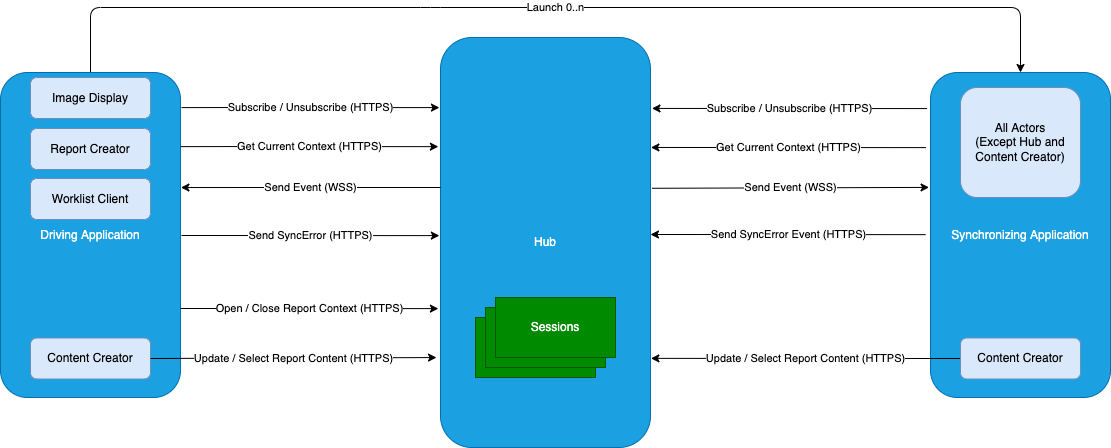
IHE/RAD.IRA keeps this draw.io diagram as input/images/interaction_model.png. Above is the earlier version. Source tidied: cells renumbered, new cells last; positions are measured from the earlier drawing's top-left corner, leaving out a move shared by most shapes.
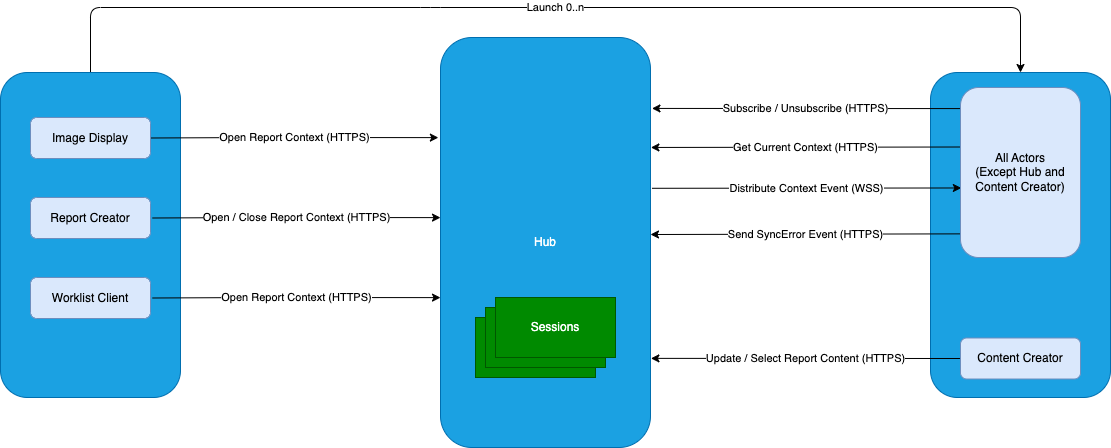
The same diagram one commit later.

Commit message:
Simplify the interaction model.

What changed in the source:
```diff
@@ -2,13 +2,15 @@
   <root>
     <mxCell id="0" />
     <mxCell id="1" parent="0" />
+    <mxCell id="11" style="whiteSpace=wrap;html=1;rounded=1;fillColor=#1ba1e2;fontColor=#ffffff;strokeColor=#006EAF;" parent="1" vertex="1">
+      <mxGeometry x="930" y="65" width="180" height="325" as="geometry" />
+    </mxCell>
-    <mxCell id="2" value="Send Event (WSS)" style="edgeStyle=none;html=1;exitX=1.007;exitY=0.319;exitDx=0;exitDy=0;entryX=-0.008;entryY=0.292;entryDx=0;entryDy=0;startArrow=none;startFill=0;endArrow=classic;endFill=1;exitPerimeter=0;entryPerimeter=0;" parent="1" edge="1">
+    <mxCell id="2" value="Distribute Context Event (WSS)" style="edgeStyle=none;html=1;exitX=1.007;exitY=0.319;exitDx=0;exitDy=0;entryX=0.007;entryY=0.591;entryDx=0;entryDy=0;startArrow=none;startFill=0;endArrow=classic;endFill=1;exitPerimeter=0;entryPerimeter=0;" parent="1" edge="1" target="26">
       <mxGeometry relative="1" as="geometry">
         <mxPoint x="651.5" y="180.8" as="sourcePoint" />
-        <mxPoint x="928.6" y="179.9" as="targetPoint" />
       </mxGeometry>
     </mxCell>
-    <mxCell id="3" value="Subscribe / Unsubscribe (HTTPS)" style="edgeStyle=none;html=1;entryX=-0.019;entryY=0.111;entryDx=0;entryDy=0;startArrow=classic;startFill=1;endArrow=none;endFill=0;entryPerimeter=0;exitX=1.007;exitY=0.173;exitDx=0;exitDy=0;exitPerimeter=0;" parent="1" edge="1" source="4" target="11">
+    <mxCell id="3" value="Subscribe / Unsubscribe (HTTPS)" style="edgeStyle=none;html=1;entryX=0;entryY=0.124;entryDx=0;entryDy=0;startArrow=classic;startFill=1;endArrow=none;endFill=0;entryPerimeter=0;exitX=1.007;exitY=0.173;exitDx=0;exitDy=0;exitPerimeter=0;" parent="1" edge="1" source="4" target="26">
       <mxGeometry relative="1" as="geometry" />
     </mxCell>
     <mxCell id="4" value="Hub" style="rounded=1;whiteSpace=wrap;html=1;fillColor=#1ba1e2;fontColor=#ffffff;strokeColor=#006EAF;" parent="1" vertex="1">
@@ -23,13 +25,6 @@
         </Array>
       </mxGeometry>
     </mxCell>
-    <mxCell id="6" value="Subscribe / Unsubscribe (HTTPS)" style="edgeStyle=none;html=1;exitX=1.006;exitY=0.108;exitDx=0;exitDy=0;entryX=-0.005;entryY=0.171;entryDx=0;entryDy=0;startArrow=none;startFill=0;endArrow=classic;endFill=1;exitPerimeter=0;entryPerimeter=0;" parent="1" edge="1" source="12" target="4">
-      <mxGeometry relative="1" as="geometry">
-        <Array as="points">
-          <mxPoint x="260" y="100" />
-        </Array>
-      </mxGeometry>
-    </mxCell>
     <mxCell id="7" style="group;" parent="1" vertex="1">
       <mxGeometry x="475" y="290" width="140" height="80" as="geometry" />
     </mxCell>
@@ -42,10 +37,7 @@
     <mxCell id="10" value="Sessions" style="whiteSpace=wrap;html=1;rounded=0;fillColor=#008a00;fontColor=#ffffff;strokeColor=#005700;" parent="7" vertex="1">
       <mxGeometry x="20" width="120" height="60" as="geometry" />
     </mxCell>
-    <mxCell id="11" value="Synchronizing Application" style="whiteSpace=wrap;html=1;rounded=1;fillColor=#1ba1e2;fontColor=#ffffff;strokeColor=#006EAF;" parent="1" vertex="1">
-      <mxGeometry x="930" y="65" width="180" height="325" as="geometry" />
-    </mxCell>
-    <mxCell id="12" value="Driving Application" style="whiteSpace=wrap;html=1;rounded=1;fillColor=#1ba1e2;fontColor=#ffffff;strokeColor=#006EAF;" parent="1" vertex="1">
+    <mxCell id="12" style="whiteSpace=wrap;html=1;rounded=1;fillColor=#1ba1e2;fontColor=#ffffff;strokeColor=#006EAF;" parent="1" vertex="1">
       <mxGeometry y="65" width="180" height="325" as="geometry" />
     </mxCell>
     <mxCell id="13" value="Update / Select Report Content (HTTPS)" style="edgeStyle=none;html=1;exitX=0;exitY=0.5;exitDx=0;exitDy=0;startArrow=none;startFill=0;endArrow=classic;endFill=1;entryX=1.002;entryY=0.707;entryDx=0;entryDy=0;entryPerimeter=0;" parent="1" edge="1" source="14">
@@ -56,67 +48,53 @@
     <mxCell id="14" value="Content Creator" style="whiteSpace=wrap;html=1;rounded=1;fillColor=#dae8fc;strokeColor=#6c8ebf;" parent="1" vertex="1">
       <mxGeometry x="960" y="330.5" width="120" height="41" as="geometry" />
     </mxCell>
-    <mxCell id="15" value="Content Creator" style="whiteSpace=wrap;html=1;rounded=1;fillColor=#dae8fc;strokeColor=#6c8ebf;" parent="1" vertex="1">
-      <mxGeometry x="30" y="330.5" width="120" height="41" as="geometry" />
-    </mxCell>
-    <mxCell id="16" value="Update / Select Report Content (HTTPS)" style="edgeStyle=none;html=1;startArrow=none;startFill=0;endArrow=classic;endFill=1;entryX=-0.019;entryY=0.705;entryDx=0;entryDy=0;entryPerimeter=0;exitX=1;exitY=0.5;exitDx=0;exitDy=0;" parent="1" edge="1" source="15">
-      <mxGeometry relative="1" as="geometry">
-        <mxPoint x="436" y="350" as="targetPoint" />
-      </mxGeometry>
-    </mxCell>
-    <mxCell id="17" value="Send Event (WSS)" style="edgeStyle=none;html=1;exitX=1;exitY=0.5;exitDx=0;exitDy=0;startArrow=classic;startFill=1;endArrow=none;endFill=0;entryX=-0.002;entryY=0.317;entryDx=0;entryDy=0;entryPerimeter=0;" parent="1" edge="1">
-      <mxGeometry relative="1" as="geometry">
-        <mxPoint x="180.4" y="180" as="sourcePoint" />
-        <mxPoint x="440" y="180" as="targetPoint" />
-      </mxGeometry>
-    </mxCell>
-    <mxCell id="18" value="Open / Close Report Context (HTTPS)" style="edgeStyle=none;html=1;entryX=-0.005;entryY=0.171;entryDx=0;entryDy=0;startArrow=none;startFill=0;endArrow=classic;endFill=1;entryPerimeter=0;" parent="1" edge="1">
+    <mxCell id="18" value="Open Report Context (HTTPS)" style="edgeStyle=none;html=1;entryX=-0.005;entryY=0.171;entryDx=0;entryDy=0;startArrow=none;startFill=0;endArrow=classic;endFill=1;entryPerimeter=0;exitX=1;exitY=0.5;exitDx=0;exitDy=0;" parent="1" edge="1" source="23">
       <mxGeometry relative="1" as="geometry">
-        <mxPoint x="180" y="301" as="sourcePoint" />
-        <mxPoint x="437.9" y="301.1" as="targetPoint" />
+        <mxPoint x="437.9" y="130.1" as="targetPoint" />
         <Array as="points">
-          <mxPoint x="258.9" y="301" />
+          <mxPoint x="258.9" y="130" />
         </Array>
       </mxGeometry>
     </mxCell>
-    <mxCell id="19" value="Get Current Context (HTTPS)" style="edgeStyle=none;html=1;entryX=-0.019;entryY=0.111;entryDx=0;entryDy=0;startArrow=classic;startFill=1;endArrow=none;endFill=0;entryPerimeter=0;exitX=1.007;exitY=0.173;exitDx=0;exitDy=0;exitPerimeter=0;" parent="1" edge="1">
+    <mxCell id="19" value="Get Current Context (HTTPS)" style="edgeStyle=none;html=1;entryX=0.007;entryY=0.35;entryDx=0;entryDy=0;startArrow=classic;startFill=1;endArrow=none;endFill=0;entryPerimeter=0;exitX=1.007;exitY=0.173;exitDx=0;exitDy=0;exitPerimeter=0;" parent="1" edge="1" target="26">
       <mxGeometry relative="1" as="geometry">
         <mxPoint x="650.4" y="140" as="sourcePoint" />
-        <mxPoint x="925.5" y="140.1" as="targetPoint" />
       </mxGeometry>
     </mxCell>
-    <mxCell id="20" value="Get Current Context (HTTPS)" style="edgeStyle=none;html=1;exitX=1.006;exitY=0.108;exitDx=0;exitDy=0;entryX=-0.005;entryY=0.171;entryDx=0;entryDy=0;startArrow=none;startFill=0;endArrow=classic;endFill=1;exitPerimeter=0;entryPerimeter=0;" parent="1" edge="1">
-      <mxGeometry relative="1" as="geometry">
-        <mxPoint x="180" y="139.1" as="sourcePoint" />
-        <mxPoint x="437.9" y="139.1" as="targetPoint" />
-        <Array as="points">
-          <mxPoint x="258.9" y="139" />
-        </Array>
-      </mxGeometry>
-    </mxCell>
-    <mxCell id="21" value="Send SyncError (HTTPS)" style="edgeStyle=none;html=1;entryX=-0.005;entryY=0.171;entryDx=0;entryDy=0;startArrow=none;startFill=0;endArrow=classic;endFill=1;entryPerimeter=0;" parent="1" edge="1">
-      <mxGeometry relative="1" as="geometry">
-        <mxPoint x="181" y="228" as="sourcePoint" />
-        <mxPoint x="438.9" y="228.1" as="targetPoint" />
-      </mxGeometry>
-    </mxCell>
-    <mxCell id="22" value="Send SyncError Event (HTTPS)" style="edgeStyle=none;html=1;entryX=-0.019;entryY=0.111;entryDx=0;entryDy=0;startArrow=classic;startFill=1;endArrow=none;endFill=0;entryPerimeter=0;exitX=1.007;exitY=0.173;exitDx=0;exitDy=0;exitPerimeter=0;" parent="1" edge="1">
+    <mxCell id="22" value="Send SyncError Event (HTTPS)" style="edgeStyle=none;html=1;entryX=0.007;entryY=0.861;entryDx=0;entryDy=0;startArrow=classic;startFill=1;endArrow=none;endFill=0;entryPerimeter=0;exitX=1.007;exitY=0.173;exitDx=0;exitDy=0;exitPerimeter=0;" parent="1" edge="1" target="26">
       <mxGeometry relative="1" as="geometry">
         <mxPoint x="650" y="227" as="sourcePoint" />
-        <mxPoint x="925.1" y="227.1" as="targetPoint" />
       </mxGeometry>
     </mxCell>
     <mxCell id="23" value="Image Display" style="whiteSpace=wrap;html=1;rounded=1;fillColor=#dae8fc;strokeColor=#6c8ebf;" parent="1" vertex="1">
-      <mxGeometry x="30" y="70" width="120" height="41" as="geometry" />
+      <mxGeometry x="30" y="110" width="120" height="41" as="geometry" />
     </mxCell>
     <mxCell id="24" value="Report Creator" style="whiteSpace=wrap;html=1;rounded=1;fillColor=#dae8fc;strokeColor=#6c8ebf;" parent="1" vertex="1">
-      <mxGeometry x="30" y="121" width="120" height="41" as="geometry" />
+      <mxGeometry x="30" y="190" width="120" height="41" as="geometry" />
     </mxCell>
     <mxCell id="25" value="Worklist Client" style="whiteSpace=wrap;html=1;rounded=1;fillColor=#dae8fc;strokeColor=#6c8ebf;" parent="1" vertex="1">
-      <mxGeometry x="30" y="171" width="120" height="41" as="geometry" />
+      <mxGeometry x="30" y="270" width="120" height="41" as="geometry" />
     </mxCell>
     <mxCell id="26" value="All Actors&lt;br&gt;(Except Hub and Content Creator)" style="whiteSpace=wrap;html=1;rounded=1;fillColor=#dae8fc;strokeColor=#6c8ebf;" parent="1" vertex="1">
-      <mxGeometry x="960" y="80" width="120" height="110" as="geometry" />
+      <mxGeometry x="960" y="80" width="120" height="170" as="geometry" />
     </mxCell>
+    <mxCell id="27" value="Open / Close Report Context (HTTPS)" style="edgeStyle=none;html=1;entryX=-0.005;entryY=0.171;entryDx=0;entryDy=0;startArrow=none;startFill=0;endArrow=classic;endFill=1;entryPerimeter=0;exitX=1;exitY=0.5;exitDx=0;exitDy=0;" parent="1" edge="1">
+      <mxGeometry relative="1" as="geometry">
+        <mxPoint x="152.1" y="210.5" as="sourcePoint" />
+        <mxPoint x="440" y="210.1" as="targetPoint" />
+        <Array as="points">
+          <mxPoint x="261.1" y="210" />
+        </Array>
+      </mxGeometry>
+    </mxCell>
+    <mxCell id="28" value="Open Report Context (HTTPS)" style="edgeStyle=none;html=1;entryX=-0.005;entryY=0.171;entryDx=0;entryDy=0;startArrow=none;startFill=0;endArrow=classic;endFill=1;entryPerimeter=0;exitX=1;exitY=0.5;exitDx=0;exitDy=0;" parent="1" edge="1">
+      <mxGeometry relative="1" as="geometry">
+        <mxPoint x="152.1" y="290.5" as="sourcePoint" />
+        <mxPoint x="440" y="290.1" as="targetPoint" />
+        <Array as="points">
+          <mxPoint x="261.1" y="290" />
+        </Array>
+      </mxGeometry>
+    </mxCell>
   </root>
 </mxGraphModel>
```
